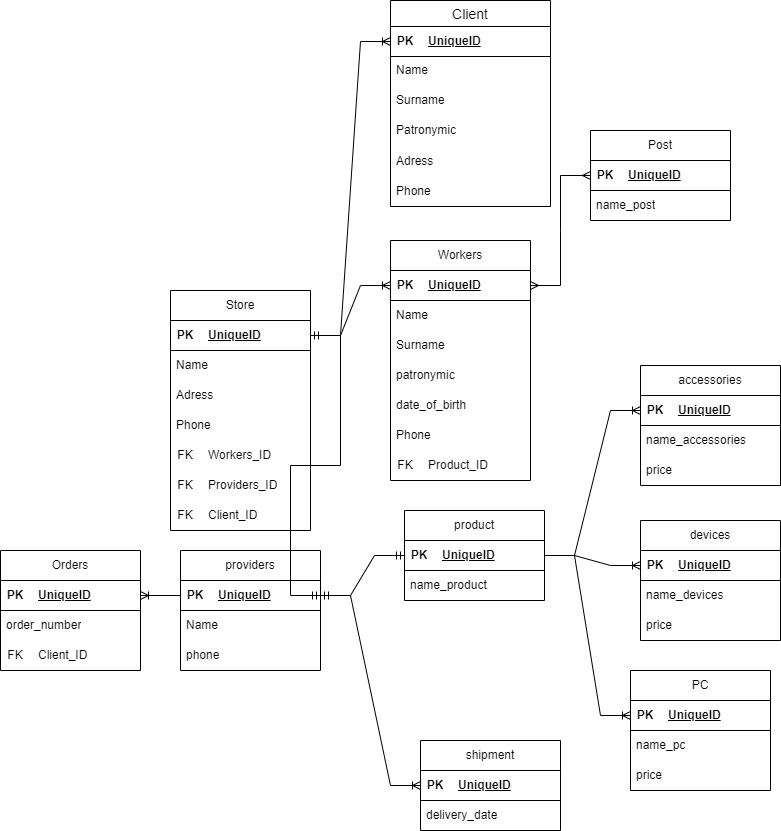
Before: dp up.drawio.png, a diagram exported from draw.io (dopestr/practic). Source tidied: cells renumbered, new cells last; positions are measured from the earlier drawing's top-left corner, leaving out a move shared by most shapes.
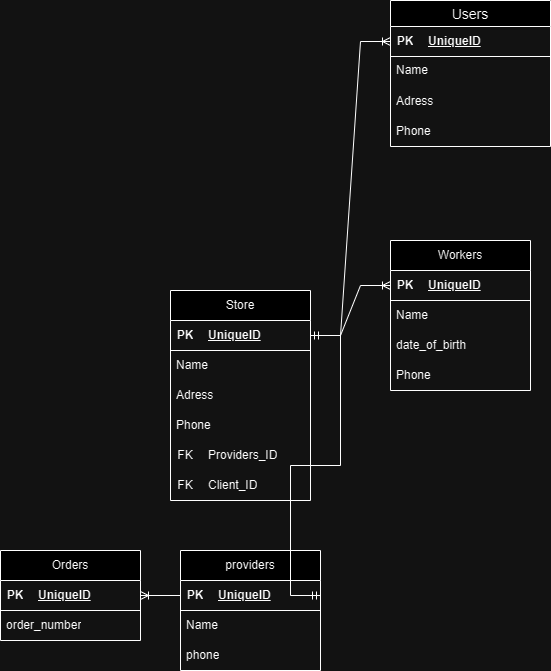
After the commit.

Diff of the diagram source:
```diff
@@ -3,7 +3,7 @@
     <mxCell id="0" />
     <mxCell id="1" parent="0" />
     <mxCell id="2" value="Store" style="swimlane;fontStyle=0;horizontal=1;startSize=30;whiteSpace=wrap;html=1;" parent="1" vertex="1">
-      <mxGeometry x="170" y="290" width="140" height="240" as="geometry" />
+      <mxGeometry x="170" y="290" width="140" height="210" as="geometry" />
     </mxCell>
     <mxCell id="3" style="shape=table;startSize=0;rowLines=0;fontStyle=0;align=center;strokeColor=none;fillColor=none;" parent="2" vertex="1">
       <mxGeometry y="30" width="140" height="30" as="geometry" />
@@ -27,19 +27,10 @@
       <mxGeometry y="120" width="140" height="30" as="geometry" />
     </mxCell>
     <mxCell id="10" style="shape=table;startSize=0;rowLines=0;fontStyle=0;align=center;strokeColor=none;fillColor=none;" parent="2" vertex="1">
-      <mxGeometry y="150" width="140" height="90" as="geometry" />
+      <mxGeometry y="150" width="140" height="60" as="geometry" />
     </mxCell>
-    <mxCell id="11" style="shape=tableRow;horizontal=0;startSize=0;swimlaneHead=0;swimlaneBody=0;fillColor=none;top=0;left=0;right=0;bottom=0;" parent="10" vertex="1">
-      <mxGeometry width="140" height="30" as="geometry" />
-    </mxCell>
-    <mxCell id="12" value="FK" style="shape=partialRectangle;fillColor=none;top=0;left=0;bottom=0;right=0;fontStyle=0;overflow=hidden;whiteSpace=wrap;html=1;" parent="11" vertex="1">
-      <mxGeometry width="30" height="30" as="geometry" />
-    </mxCell>
-    <mxCell id="13" value="Workers_ID" style="shape=partialRectangle;fillColor=none;top=0;left=0;bottom=0;right=0;align=left;spacingLeft=6;fontStyle=0;overflow=hidden;whiteSpace=wrap;html=1;" parent="11" vertex="1">
-      <mxGeometry x="30" width="110" height="30" as="geometry" />
-    </mxCell>
     <mxCell id="14" style="shape=tableRow;horizontal=0;startSize=0;swimlaneHead=0;swimlaneBody=0;fillColor=none;top=0;left=0;right=0;bottom=0;" parent="10" vertex="1">
-      <mxGeometry y="30" width="140" height="30" as="geometry" />
+      <mxGeometry width="140" height="30" as="geometry" />
     </mxCell>
     <mxCell id="15" value="FK" style="shape=partialRectangle;fillColor=none;top=0;left=0;bottom=0;right=0;fontStyle=0;overflow=hidden;whiteSpace=wrap;html=1;" parent="14" vertex="1">
       <mxGeometry width="30" height="30" as="geometry" />
@@ -48,7 +39,7 @@
       <mxGeometry x="30" width="110" height="30" as="geometry" />
     </mxCell>
     <mxCell id="17" style="shape=tableRow;horizontal=0;startSize=0;swimlaneHead=0;swimlaneBody=0;fillColor=none;top=0;left=0;right=0;bottom=0;" parent="10" vertex="1">
-      <mxGeometry y="60" width="140" height="30" as="geometry" />
+      <mxGeometry y="30" width="140" height="30" as="geometry" />
     </mxCell>
     <mxCell id="18" value="FK" style="shape=partialRectangle;fillColor=none;top=0;left=0;bottom=0;right=0;fontStyle=0;overflow=hidden;whiteSpace=wrap;html=1;" parent="17" vertex="1">
       <mxGeometry width="30" height="30" as="geometry" />
@@ -78,7 +69,7 @@
       <mxGeometry y="90" width="140" height="30" as="geometry" />
     </mxCell>
     <mxCell id="27" value="Workers" style="swimlane;fontStyle=0;horizontal=1;startSize=30;whiteSpace=wrap;html=1;" parent="1" vertex="1">
-      <mxGeometry x="390" y="240" width="140" height="240" as="geometry" />
+      <mxGeometry x="390" y="240" width="140" height="150" as="geometry" />
     </mxCell>
     <mxCell id="28" style="shape=table;startSize=0;rowLines=0;fontStyle=0;align=center;strokeColor=none;fillColor=none;" parent="27" vertex="1">
       <mxGeometry y="30" width="140" height="30" as="geometry" />
@@ -95,173 +86,20 @@
     <mxCell id="32" value="Name" style="text;strokeColor=none;fillColor=none;align=left;verticalAlign=middle;spacingLeft=4;spacingRight=4;overflow=hidden;whiteSpace=wrap;html=1;" parent="27" vertex="1">
       <mxGeometry y="60" width="140" height="30" as="geometry" />
     </mxCell>
-    <mxCell id="33" value="Surname" style="text;strokeColor=none;fillColor=none;align=left;verticalAlign=middle;spacingLeft=4;spacingRight=4;overflow=hidden;whiteSpace=wrap;html=1;" parent="27" vertex="1">
-      <mxGeometry y="90" width="140" height="30" as="geometry" />
-    </mxCell>
-    <mxCell id="34" value="patronymic" style="text;strokeColor=none;fillColor=none;align=left;verticalAlign=middle;spacingLeft=4;spacingRight=4;overflow=hidden;whiteSpace=wrap;html=1;" parent="27" vertex="1">
-      <mxGeometry y="120" width="140" height="30" as="geometry" />
-    </mxCell>
     <mxCell id="35" value="date_of_birth" style="text;strokeColor=none;fillColor=none;align=left;verticalAlign=middle;spacingLeft=4;spacingRight=4;overflow=hidden;whiteSpace=wrap;html=1;" parent="27" vertex="1">
-      <mxGeometry y="150" width="140" height="30" as="geometry" />
+      <mxGeometry y="90" width="140" height="30" as="geometry" />
     </mxCell>
     <mxCell id="36" value="Phone" style="text;strokeColor=none;fillColor=none;align=left;verticalAlign=middle;spacingLeft=4;spacingRight=4;overflow=hidden;whiteSpace=wrap;html=1;" parent="27" vertex="1">
-      <mxGeometry y="180" width="140" height="30" as="geometry" />
+      <mxGeometry y="120" width="140" height="30" as="geometry" />
     </mxCell>
-    <mxCell id="37" style="shape=table;startSize=0;rowLines=0;fontStyle=0;align=center;strokeColor=none;fillColor=none;" parent="27" vertex="1">
-      <mxGeometry y="210" width="140" height="30" as="geometry" />
-    </mxCell>
-    <mxCell id="38" style="shape=tableRow;horizontal=0;startSize=0;swimlaneHead=0;swimlaneBody=0;fillColor=none;top=0;left=0;right=0;bottom=0;" parent="37" vertex="1">
-      <mxGeometry width="140" height="30" as="geometry" />
-    </mxCell>
-    <mxCell id="39" value="FK" style="shape=partialRectangle;fillColor=none;top=0;left=0;bottom=0;right=0;fontStyle=0;overflow=hidden;whiteSpace=wrap;html=1;" parent="38" vertex="1">
-      <mxGeometry width="30" height="30" as="geometry" />
-    </mxCell>
-    <mxCell id="40" value="Product_ID" style="shape=partialRectangle;fillColor=none;top=0;left=0;bottom=0;right=0;align=left;spacingLeft=6;fontStyle=0;overflow=hidden;whiteSpace=wrap;html=1;" parent="38" vertex="1">
-      <mxGeometry x="30" width="110" height="30" as="geometry" />
-    </mxCell>
-    <mxCell id="41" value="Post" style="swimlane;fontStyle=0;horizontal=1;startSize=30;whiteSpace=wrap;html=1;" parent="1" vertex="1">
-      <mxGeometry x="590" y="130" width="140" height="90" as="geometry" />
-    </mxCell>
-    <mxCell id="42" style="shape=table;startSize=0;rowLines=0;fontStyle=0;align=center;strokeColor=none;fillColor=none;" parent="41" vertex="1">
-      <mxGeometry y="30" width="140" height="30" as="geometry" />
-    </mxCell>
-    <mxCell id="43" style="shape=tableRow;horizontal=0;startSize=0;swimlaneHead=0;swimlaneBody=0;fillColor=none;points=[[0,0.5],[1,0.5]];portConstraint=eastwest;top=0;left=0;right=0;bottom=1;" parent="42" vertex="1">
-      <mxGeometry width="140" height="30" as="geometry" />
-    </mxCell>
-    <mxCell id="44" value="PK" style="shape=partialRectangle;fillColor=none;top=0;left=0;bottom=0;right=0;fontStyle=1;overflow=hidden;whiteSpace=wrap;html=1;" parent="43" vertex="1">
-      <mxGeometry width="30" height="30" as="geometry" />
-    </mxCell>
-    <mxCell id="45" value="UniqueID" style="shape=partialRectangle;fillColor=none;top=0;left=0;bottom=0;right=0;align=left;spacingLeft=6;fontStyle=5;overflow=hidden;whiteSpace=wrap;html=1;" parent="43" vertex="1">
-      <mxGeometry x="30" width="110" height="30" as="geometry" />
-    </mxCell>
-    <mxCell id="46" value="name_post" style="text;strokeColor=none;fillColor=none;align=left;verticalAlign=middle;spacingLeft=4;spacingRight=4;overflow=hidden;whiteSpace=wrap;html=1;" parent="41" vertex="1">
-      <mxGeometry y="60" width="140" height="30" as="geometry" />
-    </mxCell>
-    <mxCell id="47" value="product" style="swimlane;fontStyle=0;horizontal=1;startSize=30;whiteSpace=wrap;html=1;" parent="1" vertex="1">
-      <mxGeometry x="404" y="510" width="140" height="90" as="geometry" />
-    </mxCell>
-    <mxCell id="48" style="shape=table;startSize=0;rowLines=0;fontStyle=0;align=center;strokeColor=none;fillColor=none;" parent="47" vertex="1">
-      <mxGeometry y="30" width="140" height="30" as="geometry" />
-    </mxCell>
-    <mxCell id="49" style="shape=tableRow;horizontal=0;startSize=0;swimlaneHead=0;swimlaneBody=0;fillColor=none;points=[[0,0.5],[1,0.5]];portConstraint=eastwest;top=0;left=0;right=0;bottom=1;" parent="48" vertex="1">
-      <mxGeometry width="140" height="30" as="geometry" />
-    </mxCell>
-    <mxCell id="50" value="PK" style="shape=partialRectangle;fillColor=none;top=0;left=0;bottom=0;right=0;fontStyle=1;overflow=hidden;whiteSpace=wrap;html=1;" parent="49" vertex="1">
-      <mxGeometry width="30" height="30" as="geometry" />
-    </mxCell>
-    <mxCell id="51" value="UniqueID" style="shape=partialRectangle;fillColor=none;top=0;left=0;bottom=0;right=0;align=left;spacingLeft=6;fontStyle=5;overflow=hidden;whiteSpace=wrap;html=1;" parent="49" vertex="1">
-      <mxGeometry x="30" width="110" height="30" as="geometry" />
-    </mxCell>
-    <mxCell id="52" value="name_product" style="text;strokeColor=none;fillColor=none;align=left;verticalAlign=middle;spacingLeft=4;spacingRight=4;overflow=hidden;whiteSpace=wrap;html=1;" parent="47" vertex="1">
-      <mxGeometry y="60" width="140" height="30" as="geometry" />
-    </mxCell>
-    <mxCell id="53" value="devices" style="swimlane;fontStyle=0;horizontal=1;startSize=30;whiteSpace=wrap;html=1;" parent="1" vertex="1">
-      <mxGeometry x="640" y="520" width="140" height="120" as="geometry" />
-    </mxCell>
-    <mxCell id="54" style="shape=table;startSize=0;rowLines=0;fontStyle=0;align=center;strokeColor=none;fillColor=none;" parent="53" vertex="1">
-      <mxGeometry y="30" width="140" height="30" as="geometry" />
-    </mxCell>
-    <mxCell id="55" style="shape=tableRow;horizontal=0;startSize=0;swimlaneHead=0;swimlaneBody=0;fillColor=none;points=[[0,0.5],[1,0.5]];portConstraint=eastwest;top=0;left=0;right=0;bottom=1;" parent="54" vertex="1">
-      <mxGeometry width="140" height="30" as="geometry" />
-    </mxCell>
-    <mxCell id="56" value="PK" style="shape=partialRectangle;fillColor=none;top=0;left=0;bottom=0;right=0;fontStyle=1;overflow=hidden;whiteSpace=wrap;html=1;" parent="55" vertex="1">
-      <mxGeometry width="30" height="30" as="geometry" />
-    </mxCell>
-    <mxCell id="57" value="UniqueID" style="shape=partialRectangle;fillColor=none;top=0;left=0;bottom=0;right=0;align=left;spacingLeft=6;fontStyle=5;overflow=hidden;whiteSpace=wrap;html=1;" parent="55" vertex="1">
-      <mxGeometry x="30" width="110" height="30" as="geometry" />
-    </mxCell>
-    <mxCell id="58" value="name_devices" style="text;strokeColor=none;fillColor=none;align=left;verticalAlign=middle;spacingLeft=4;spacingRight=4;overflow=hidden;whiteSpace=wrap;html=1;" parent="53" vertex="1">
-      <mxGeometry y="60" width="140" height="30" as="geometry" />
-    </mxCell>
-    <mxCell id="59" value="price" style="text;strokeColor=none;fillColor=none;align=left;verticalAlign=middle;spacingLeft=4;spacingRight=4;overflow=hidden;whiteSpace=wrap;html=1;" parent="53" vertex="1">
-      <mxGeometry y="90" width="140" height="30" as="geometry" />
-    </mxCell>
-    <mxCell id="60" value="accessories" style="swimlane;fontStyle=0;horizontal=1;startSize=30;whiteSpace=wrap;html=1;" parent="1" vertex="1">
-      <mxGeometry x="640" y="365" width="140" height="120" as="geometry" />
-    </mxCell>
-    <mxCell id="61" style="shape=table;startSize=0;rowLines=0;fontStyle=0;align=center;strokeColor=none;fillColor=none;" parent="60" vertex="1">
-      <mxGeometry y="30" width="140" height="30" as="geometry" />
-    </mxCell>
-    <mxCell id="62" style="shape=tableRow;horizontal=0;startSize=0;swimlaneHead=0;swimlaneBody=0;fillColor=none;points=[[0,0.5],[1,0.5]];portConstraint=eastwest;top=0;left=0;right=0;bottom=1;" parent="61" vertex="1">
-      <mxGeometry width="140" height="30" as="geometry" />
-    </mxCell>
-    <mxCell id="63" value="PK" style="shape=partialRectangle;fillColor=none;top=0;left=0;bottom=0;right=0;fontStyle=1;overflow=hidden;whiteSpace=wrap;html=1;" parent="62" vertex="1">
-      <mxGeometry width="30" height="30" as="geometry" />
-    </mxCell>
-    <mxCell id="64" value="UniqueID" style="shape=partialRectangle;fillColor=none;top=0;left=0;bottom=0;right=0;align=left;spacingLeft=6;fontStyle=5;overflow=hidden;whiteSpace=wrap;html=1;" parent="62" vertex="1">
-      <mxGeometry x="30" width="110" height="30" as="geometry" />
-    </mxCell>
-    <mxCell id="65" value="name_accessories" style="text;strokeColor=none;fillColor=none;align=left;verticalAlign=middle;spacingLeft=4;spacingRight=4;overflow=hidden;whiteSpace=wrap;html=1;" parent="60" vertex="1">
-      <mxGeometry y="60" width="140" height="30" as="geometry" />
-    </mxCell>
-    <mxCell id="66" value="price" style="text;strokeColor=none;fillColor=none;align=left;verticalAlign=middle;spacingLeft=4;spacingRight=4;overflow=hidden;whiteSpace=wrap;html=1;" parent="60" vertex="1">
-      <mxGeometry y="90" width="140" height="30" as="geometry" />
-    </mxCell>
-    <mxCell id="67" value="PC" style="swimlane;fontStyle=0;horizontal=1;startSize=30;whiteSpace=wrap;html=1;" parent="1" vertex="1">
-      <mxGeometry x="630" y="670" width="140" height="120" as="geometry" />
-    </mxCell>
-    <mxCell id="68" style="shape=table;startSize=0;rowLines=0;fontStyle=0;align=center;strokeColor=none;fillColor=none;" parent="67" vertex="1">
-      <mxGeometry y="30" width="140" height="30" as="geometry" />
-    </mxCell>
-    <mxCell id="69" style="shape=tableRow;horizontal=0;startSize=0;swimlaneHead=0;swimlaneBody=0;fillColor=none;points=[[0,0.5],[1,0.5]];portConstraint=eastwest;top=0;left=0;right=0;bottom=1;" parent="68" vertex="1">
-      <mxGeometry width="140" height="30" as="geometry" />
-    </mxCell>
-    <mxCell id="70" value="PK" style="shape=partialRectangle;fillColor=none;top=0;left=0;bottom=0;right=0;fontStyle=1;overflow=hidden;whiteSpace=wrap;html=1;" parent="69" vertex="1">
-      <mxGeometry width="30" height="30" as="geometry" />
-    </mxCell>
-    <mxCell id="71" value="UniqueID" style="shape=partialRectangle;fillColor=none;top=0;left=0;bottom=0;right=0;align=left;spacingLeft=6;fontStyle=5;overflow=hidden;whiteSpace=wrap;html=1;" parent="69" vertex="1">
-      <mxGeometry x="30" width="110" height="30" as="geometry" />
-    </mxCell>
-    <mxCell id="72" value="name_pc" style="text;strokeColor=none;fillColor=none;align=left;verticalAlign=middle;spacingLeft=4;spacingRight=4;overflow=hidden;whiteSpace=wrap;html=1;" parent="67" vertex="1">
-      <mxGeometry y="60" width="140" height="30" as="geometry" />
-    </mxCell>
-    <mxCell id="73" value="price" style="text;strokeColor=none;fillColor=none;align=left;verticalAlign=middle;spacingLeft=4;spacingRight=4;overflow=hidden;whiteSpace=wrap;html=1;" parent="67" vertex="1">
-      <mxGeometry y="90" width="140" height="30" as="geometry" />
-    </mxCell>
     <mxCell id="74" style="edgeStyle=entityRelationEdgeStyle;fontSize=12;html=1;endArrow=ERoneToMany;rounded=0;exitX=1;exitY=0.5;exitDx=0;exitDy=0;" parent="1" edge="1" source="4" target="29">
       <mxGeometry relative="1" as="geometry" />
     </mxCell>
-    <mxCell id="75" style="edgeStyle=entityRelationEdgeStyle;fontSize=12;html=1;endArrow=ERoneToMany;rounded=0;exitX=1;exitY=0.5;exitDx=0;exitDy=0;entryX=0;entryY=0.5;entryDx=0;entryDy=0;" parent="1" edge="1" source="49" target="62">
-      <mxGeometry relative="1" as="geometry" />
-    </mxCell>
-    <mxCell id="76" style="edgeStyle=entityRelationEdgeStyle;fontSize=12;html=1;endArrow=ERoneToMany;rounded=0;exitX=1;exitY=0.5;exitDx=0;exitDy=0;entryX=0;entryY=0.5;entryDx=0;entryDy=0;" parent="1" edge="1" source="49" target="55">
-      <mxGeometry relative="1" as="geometry" />
-    </mxCell>
-    <mxCell id="77" style="edgeStyle=entityRelationEdgeStyle;fontSize=12;html=1;endArrow=ERoneToMany;rounded=0;exitX=1;exitY=0.5;exitDx=0;exitDy=0;entryX=0;entryY=0.5;entryDx=0;entryDy=0;" parent="1" edge="1" source="49" target="69">
-      <mxGeometry relative="1" as="geometry" />
-    </mxCell>
-    <mxCell id="78" style="edgeStyle=entityRelationEdgeStyle;fontSize=12;html=1;endArrow=ERmany;startArrow=ERmany;rounded=0;entryX=0;entryY=0.5;entryDx=0;entryDy=0;exitX=1;exitY=0.5;exitDx=0;exitDy=0;" parent="1" edge="1" source="29" target="43">
-      <mxGeometry relative="1" as="geometry" />
-    </mxCell>
-    <mxCell id="79" value="shipment" style="swimlane;fontStyle=0;horizontal=1;startSize=30;whiteSpace=wrap;html=1;" parent="1" vertex="1">
-      <mxGeometry x="420" y="740" width="140" height="90" as="geometry" />
-    </mxCell>
-    <mxCell id="80" style="shape=table;startSize=0;rowLines=0;fontStyle=0;align=center;strokeColor=none;fillColor=none;" parent="79" vertex="1">
-      <mxGeometry y="30" width="140" height="30" as="geometry" />
-    </mxCell>
-    <mxCell id="81" style="shape=tableRow;horizontal=0;startSize=0;swimlaneHead=0;swimlaneBody=0;fillColor=none;points=[[0,0.5],[1,0.5]];portConstraint=eastwest;top=0;left=0;right=0;bottom=1;" parent="80" vertex="1">
-      <mxGeometry width="140" height="30" as="geometry" />
-    </mxCell>
-    <mxCell id="82" value="PK" style="shape=partialRectangle;fillColor=none;top=0;left=0;bottom=0;right=0;fontStyle=1;overflow=hidden;whiteSpace=wrap;html=1;" parent="81" vertex="1">
-      <mxGeometry width="30" height="30" as="geometry" />
-    </mxCell>
-    <mxCell id="83" value="UniqueID" style="shape=partialRectangle;fillColor=none;top=0;left=0;bottom=0;right=0;align=left;spacingLeft=6;fontStyle=5;overflow=hidden;whiteSpace=wrap;html=1;" parent="81" vertex="1">
-      <mxGeometry x="30" width="110" height="30" as="geometry" />
-    </mxCell>
-    <mxCell id="84" value="delivery_date" style="text;strokeColor=none;fillColor=none;align=left;verticalAlign=middle;spacingLeft=4;spacingRight=4;overflow=hidden;whiteSpace=wrap;html=1;" parent="79" vertex="1">
-      <mxGeometry y="60" width="140" height="30" as="geometry" />
-    </mxCell>
     <mxCell id="85" style="edgeStyle=entityRelationEdgeStyle;fontSize=12;html=1;endArrow=ERmandOne;startArrow=ERmandOne;rounded=0;exitX=1;exitY=0.5;exitDx=0;exitDy=0;entryX=1;entryY=0.5;entryDx=0;entryDy=0;" parent="1" edge="1" source="22" target="4">
       <mxGeometry relative="1" as="geometry" />
     </mxCell>
-    <mxCell id="86" style="edgeStyle=entityRelationEdgeStyle;fontSize=12;html=1;endArrow=ERmandOne;startArrow=ERmandOne;rounded=0;exitX=1;exitY=0.5;exitDx=0;exitDy=0;entryX=0;entryY=0.5;entryDx=0;entryDy=0;" parent="1" edge="1" source="22" target="49">
-      <mxGeometry relative="1" as="geometry" />
-    </mxCell>
-    <mxCell id="87" style="edgeStyle=entityRelationEdgeStyle;fontSize=12;html=1;endArrow=ERoneToMany;rounded=0;entryX=0;entryY=0.5;entryDx=0;entryDy=0;exitX=1;exitY=0.5;exitDx=0;exitDy=0;" parent="1" edge="1" source="22" target="81">
-      <mxGeometry relative="1" as="geometry" />
-    </mxCell>
-    <mxCell id="88" value="Client" style="swimlane;fontStyle=0;horizontal=1;startSize=26;align=center;fontSize=14;" parent="1" vertex="1">
-      <mxGeometry x="390" width="160" height="206" as="geometry" />
+    <mxCell id="88" value="Users" style="swimlane;fontStyle=0;horizontal=1;startSize=26;align=center;fontSize=14;" parent="1" vertex="1">
+      <mxGeometry x="390" width="160" height="146" as="geometry" />
     </mxCell>
     <mxCell id="89" style="shape=table;startSize=0;rowLines=0;fontStyle=0;align=center;strokeColor=none;fillColor=none;" parent="88" vertex="1">
       <mxGeometry y="26" width="160" height="30" as="geometry" />
@@ -278,17 +116,11 @@
     <mxCell id="93" value="Name" style="text;strokeColor=none;fillColor=none;spacingLeft=4;spacingRight=4;overflow=hidden;fontSize=12;whiteSpace=wrap;html=1;" parent="88" vertex="1">
       <mxGeometry y="56" width="160" height="30" as="geometry" />
     </mxCell>
-    <mxCell id="94" value="Surname" style="text;strokeColor=none;fillColor=none;spacingLeft=4;spacingRight=4;overflow=hidden;fontSize=12;whiteSpace=wrap;html=1;" parent="88" vertex="1">
-      <mxGeometry y="86" width="160" height="30" as="geometry" />
-    </mxCell>
-    <mxCell id="95" value="Patronymic" style="text;strokeColor=none;fillColor=none;spacingLeft=4;spacingRight=4;overflow=hidden;fontSize=12;whiteSpace=wrap;html=1;" parent="88" vertex="1">
-      <mxGeometry y="116" width="160" height="30" as="geometry" />
-    </mxCell>
     <mxCell id="96" value="Adress" style="text;strokeColor=none;fillColor=none;align=left;verticalAlign=middle;spacingLeft=4;spacingRight=4;overflow=hidden;whiteSpace=wrap;html=1;" parent="88" vertex="1">
-      <mxGeometry y="146" width="160" height="30" as="geometry" />
+      <mxGeometry y="86" width="160" height="30" as="geometry" />
     </mxCell>
     <mxCell id="97" value="Phone" style="text;strokeColor=none;fillColor=none;align=left;verticalAlign=middle;spacingLeft=4;spacingRight=4;overflow=hidden;whiteSpace=wrap;html=1;" parent="88" vertex="1">
-      <mxGeometry y="176" width="160" height="30" as="geometry" />
+      <mxGeometry y="116" width="160" height="30" as="geometry" />
     </mxCell>
     <mxCell id="98" style="edgeStyle=entityRelationEdgeStyle;fontSize=12;html=1;endArrow=ERoneToMany;rounded=0;exitX=1;exitY=0.5;exitDx=0;exitDy=0;entryX=0;entryY=0.5;entryDx=0;entryDy=0;" parent="1" edge="1" source="4" target="90">
       <mxGeometry relative="1" as="geometry">
@@ -301,7 +133,7 @@
       </mxGeometry>
     </mxCell>
     <mxCell id="99" value="Orders" style="swimlane;fontStyle=0;horizontal=1;startSize=30;whiteSpace=wrap;html=1;" parent="1" vertex="1">
-      <mxGeometry y="550" width="140" height="120" as="geometry" />
+      <mxGeometry y="550" width="140" height="90" as="geometry" />
     </mxCell>
     <mxCell id="100" style="shape=table;startSize=0;rowLines=0;fontStyle=0;align=center;strokeColor=none;fillColor=none;" parent="99" vertex="1">
       <mxGeometry y="30" width="140" height="30" as="geometry" />
@@ -318,18 +150,6 @@
     <mxCell id="104" value="order_number" style="text;strokeColor=none;fillColor=none;align=left;verticalAlign=middle;spacingLeft=4;spacingRight=4;overflow=hidden;whiteSpace=wrap;html=1;" parent="99" vertex="1">
       <mxGeometry y="60" width="140" height="30" as="geometry" />
     </mxCell>
-    <mxCell id="105" style="shape=table;startSize=0;rowLines=0;fontStyle=0;align=center;strokeColor=none;fillColor=none;" parent="99" vertex="1">
-      <mxGeometry y="90" width="140" height="30" as="geometry" />
-    </mxCell>
-    <mxCell id="106" style="shape=tableRow;horizontal=0;startSize=0;swimlaneHead=0;swimlaneBody=0;fillColor=none;top=0;left=0;right=0;bottom=0;" parent="105" vertex="1">
-      <mxGeometry width="140" height="30" as="geometry" />
-    </mxCell>
-    <mxCell id="107" value="FK" style="shape=partialRectangle;fillColor=none;top=0;left=0;bottom=0;right=0;fontStyle=0;overflow=hidden;whiteSpace=wrap;html=1;" parent="106" vertex="1">
-      <mxGeometry width="30" height="30" as="geometry" />
-    </mxCell>
-    <mxCell id="108" value="Client_ID" style="shape=partialRectangle;fillColor=none;top=0;left=0;bottom=0;right=0;align=left;spacingLeft=6;fontStyle=0;overflow=hidden;whiteSpace=wrap;html=1;" parent="106" vertex="1">
-      <mxGeometry x="30" width="110" height="30" as="geometry" />
-    </mxCell>
     <mxCell id="109" style="edgeStyle=entityRelationEdgeStyle;fontSize=12;html=1;endArrow=ERoneToMany;rounded=0;exitX=0;exitY=0.5;exitDx=0;exitDy=0;entryX=1;entryY=0.5;entryDx=0;entryDy=0;" parent="1" edge="1" source="22" target="101">
       <mxGeometry relative="1" as="geometry" />
     </mxCell>
```
